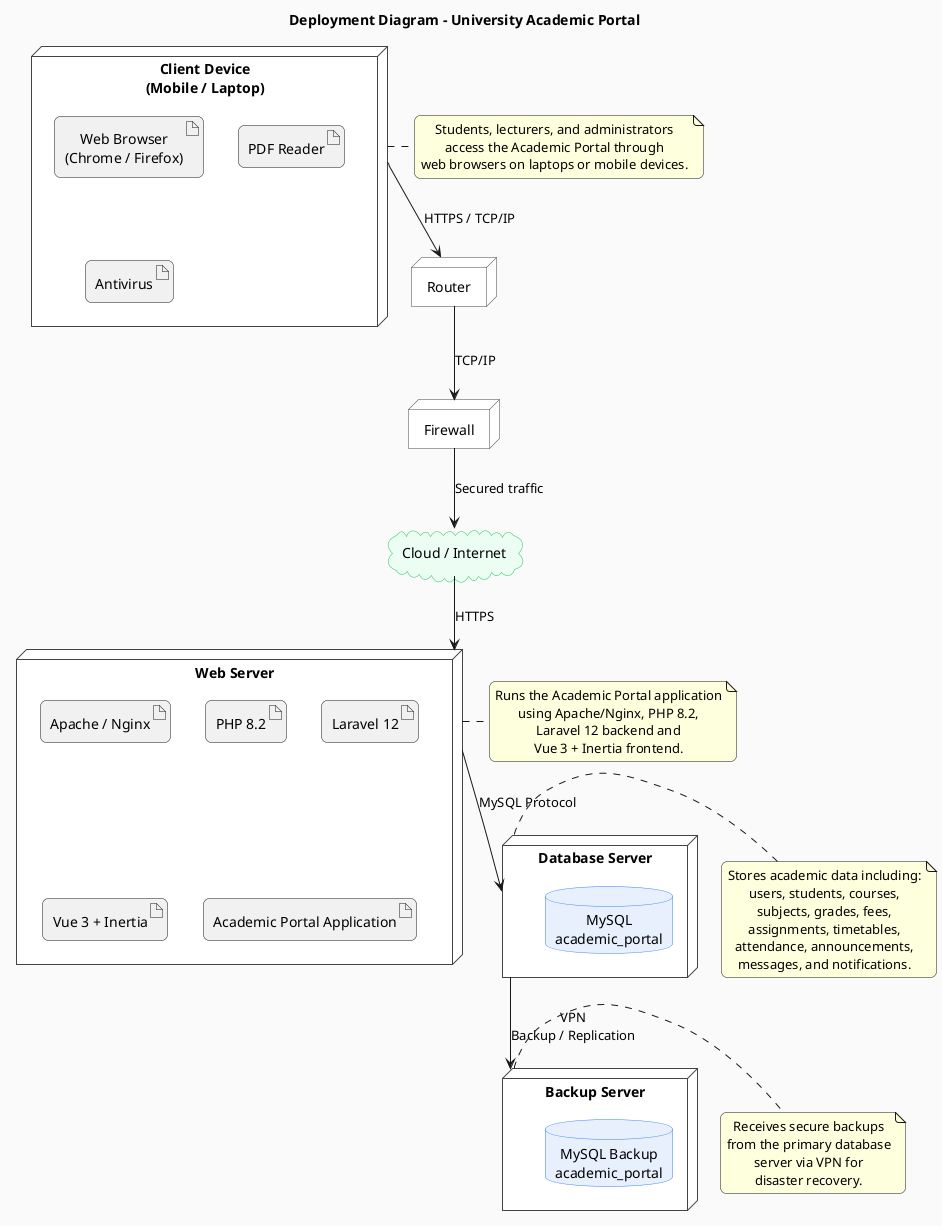
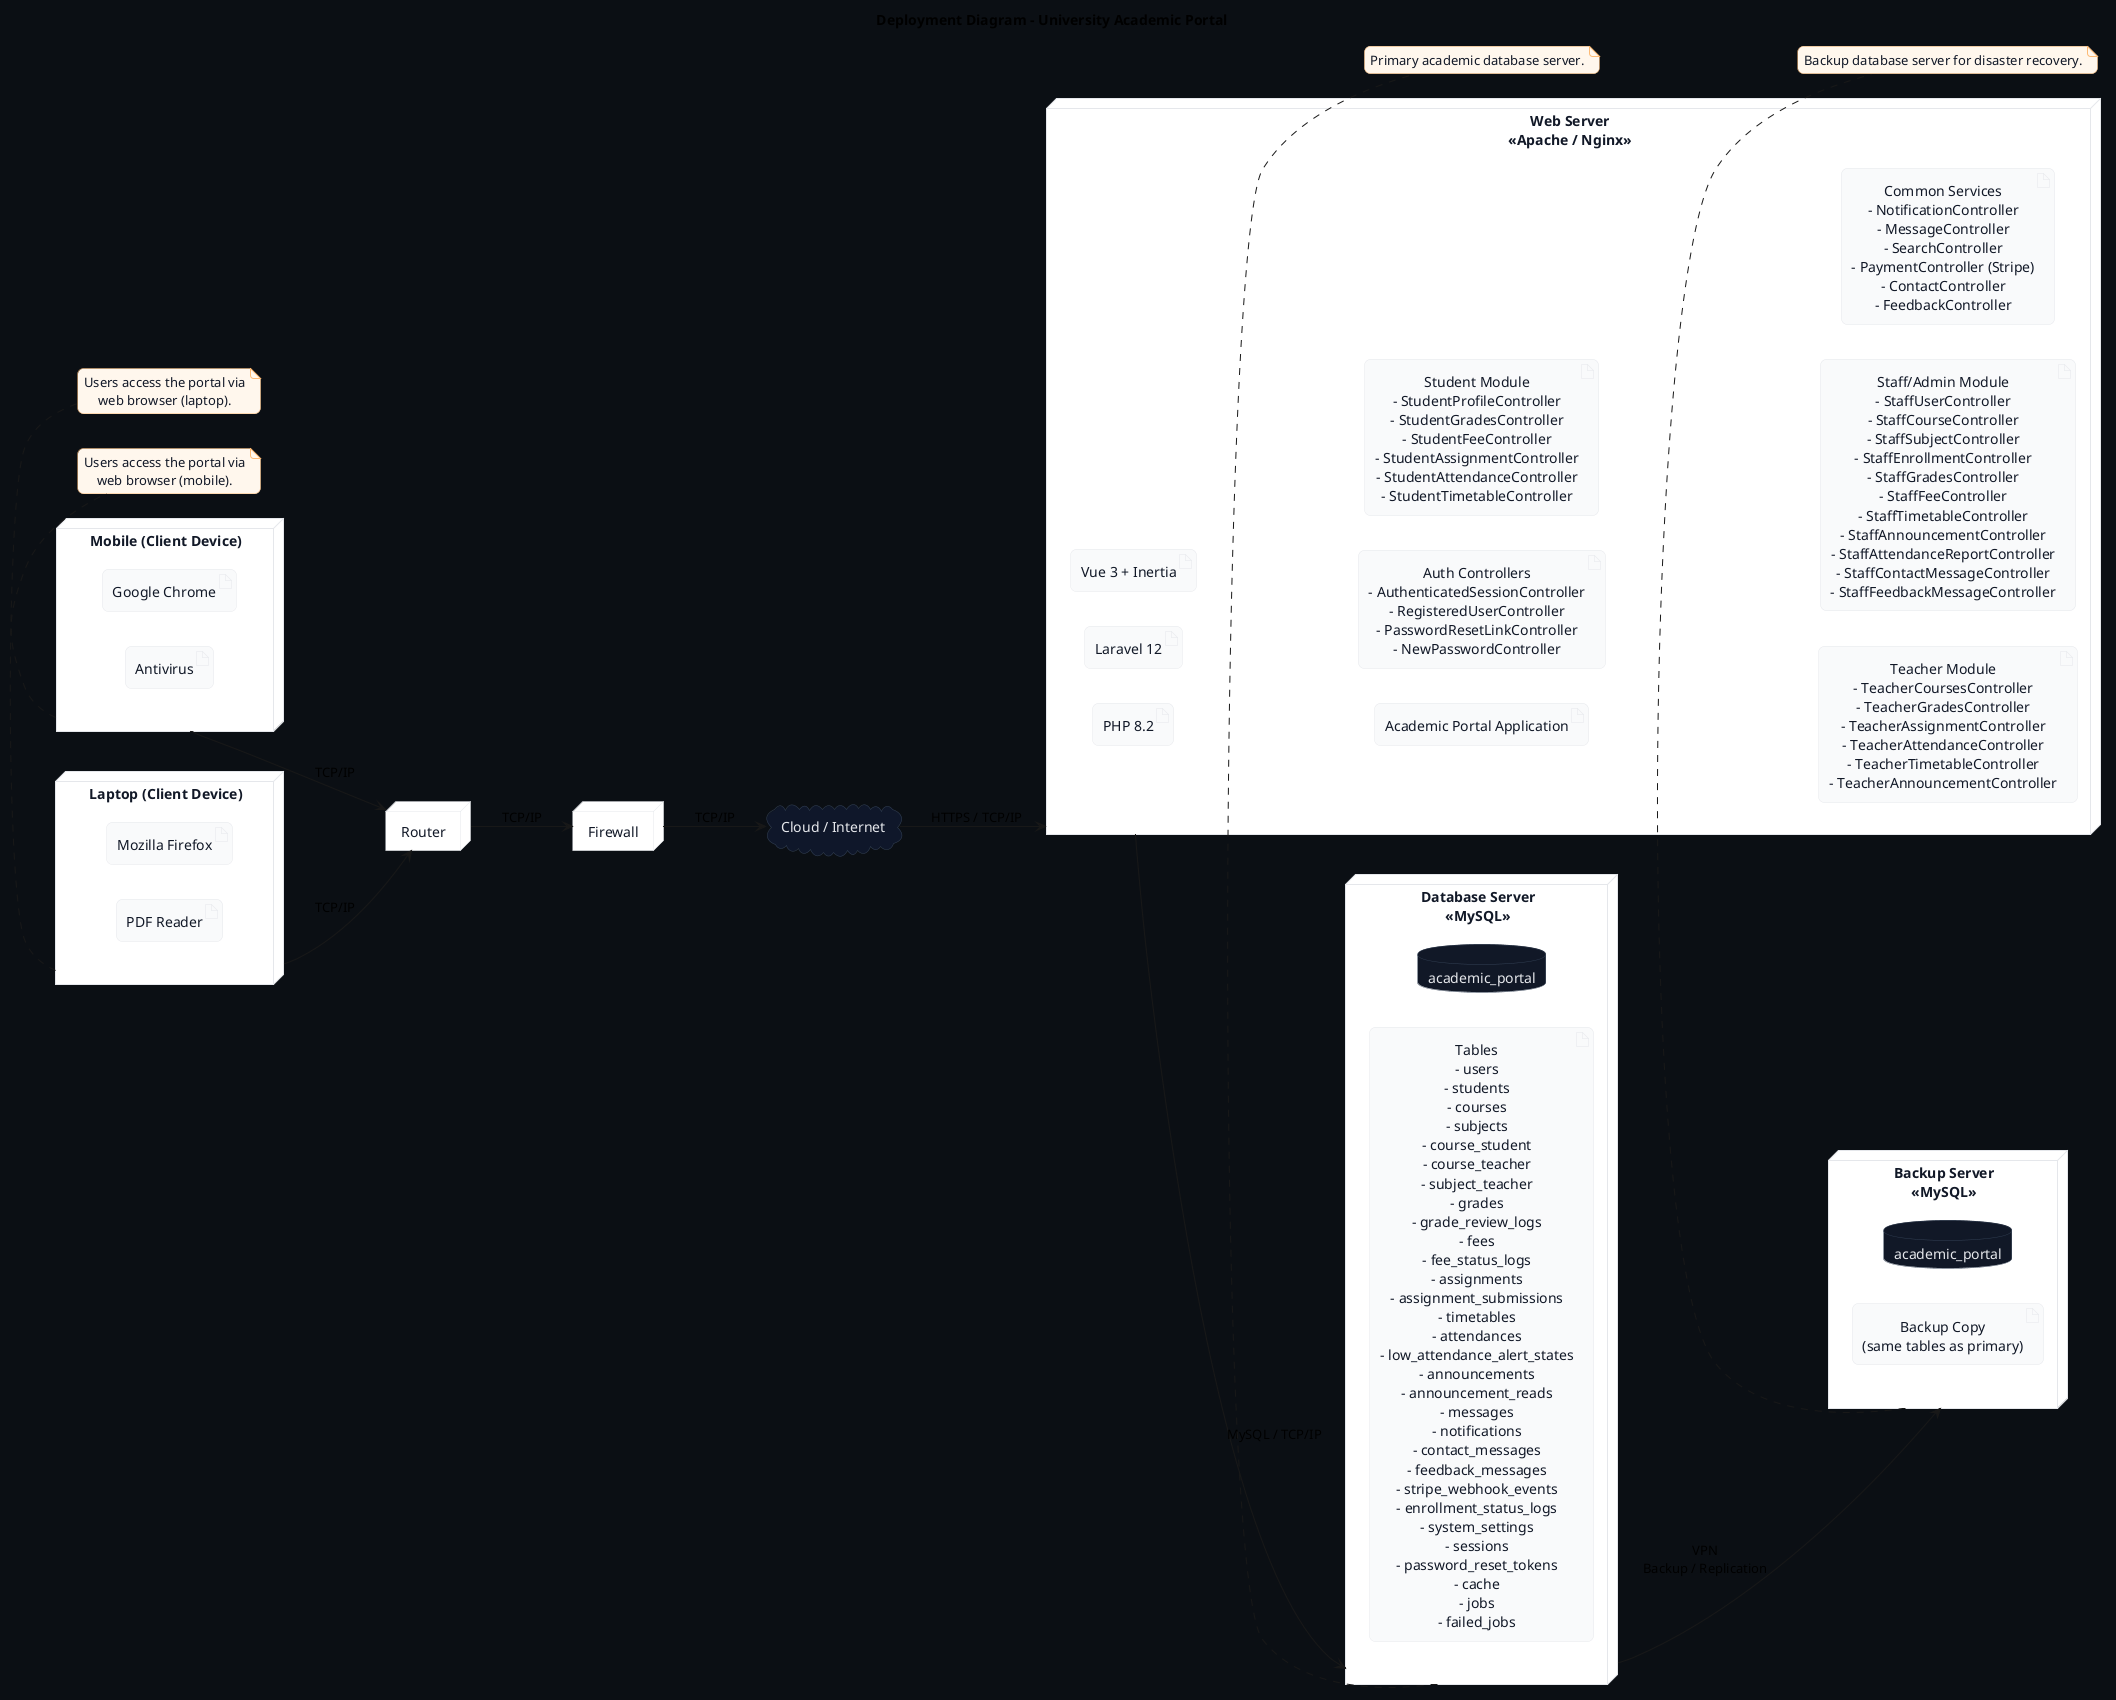
- @startuml
+ @startuml AcademicPortal_Deployment
title Deployment Diagram - University Academic Portal
- top to bottom direction
+ left to right direction

skinparam shadowing false
skinparam roundcorner 12
skinparam defaultTextAlignment center
skinparam componentStyle rectangle
- skinparam backgroundColor #FAFAFA
+ skinparam backgroundColor #0B0F14

skinparam node {
-   BackgroundColor white
-   BorderColor #444444
+   BackgroundColor #FFFFFF
+   BorderColor #E5E7EB
+   FontColor #111827
+ }
+ 
+ skinparam cloud {
+   BackgroundColor #0F172A
+   BorderColor #334155
+   FontColor #E5E7EB
}

skinparam database {
-   BackgroundColor #E8F0FE
-   BorderColor #3B82F6
+   BackgroundColor #111827
+   BorderColor #334155
+   FontColor #E5E7EB
}

- skinparam cloud {
-   BackgroundColor #ECFDF3
-   BorderColor #22C55E
+ skinparam artifact {
+   BackgroundColor #F9FAFB
+   BorderColor #E5E7EB
+   FontColor #111827
}

- node "Client Device\n(Mobile / Laptop)" as Client {
-   artifact "Web Browser\n(Chrome / Firefox)"
+ skinparam note {
+   BackgroundColor #FFF7ED
+   BorderColor #FDBA74
+   FontColor #111827
+ }
+ 
+ ' ========== CLIENTS ==========
+ node "Mobile (Client Device)" as Mobile {
+   artifact "Google Chrome"
+   artifact "Antivirus"
+ }
+ 
+ node "Laptop (Client Device)" as Laptop {
+   artifact "Mozilla Firefox"
+   artifact "Google Chrome"
  artifact "PDF Reader"
  artifact "Antivirus"
}

+ ' ========== NETWORK ==========
node "Router" as Router
node "Firewall" as Firewall
cloud "Cloud / Internet" as Internet

- node "Web Server" as WebServer {
-   artifact "Apache / Nginx"
+ ' ========== APPLICATION SERVER ==========
+ node "Web Server\n<<Apache / Nginx>>" as WebServer {
  artifact "PHP 8.2"
  artifact "Laravel 12"
  artifact "Vue 3 + Inertia"
  artifact "Academic Portal Application"
+ 
+   artifact "Auth Controllers\n- AuthenticatedSessionController\n- RegisteredUserController\n- PasswordResetLinkController\n- NewPasswordController"
+ 
+   artifact "Student Module\n- StudentProfileController\n- StudentGradesController\n- StudentFeeController\n- StudentAssignmentController\n- StudentAttendanceController\n- StudentTimetableController"
+ 
+   artifact "Teacher Module\n- TeacherCoursesController\n- TeacherGradesController\n- TeacherAssignmentController\n- TeacherAttendanceController\n- TeacherTimetableController\n- TeacherAnnouncementController"
+ 
+   artifact "Staff/Admin Module\n- StaffUserController\n- StaffCourseController\n- StaffSubjectController\n- StaffEnrollmentController\n- StaffGradesController\n- StaffFeeController\n- StaffTimetableController\n- StaffAnnouncementController\n- StaffAttendanceReportController\n- StaffContactMessageController\n- StaffFeedbackMessageController"
+ 
+   artifact "Common Services\n- NotificationController\n- MessageController\n- SearchController\n- PaymentController (Stripe)\n- ContactController\n- FeedbackController"
}

- node "Database Server" as DBServer {
-   database "MySQL\nacademic_portal"
+ ' ========== DATABASE SERVERS ==========
+ node "Database Server\n<<MySQL>>" as DBServer {
+   database "academic_portal" as PrimaryDB
+   artifact "Tables\n- users\n- students\n- courses\n- subjects\n- course_student\n- course_teacher\n- subject_teacher\n- grades\n- grade_review_logs\n- fees\n- fee_status_logs\n- assignments\n- assignment_submissions\n- timetables\n- attendances\n- low_attendance_alert_states\n- announcements\n- announcement_reads\n- messages\n- notifications\n- contact_messages\n- feedback_messages\n- stripe_webhook_events\n- enrollment_status_logs\n- system_settings\n- sessions\n- password_reset_tokens\n- cache\n- jobs\n- failed_jobs"
}

- node "Backup Server" as BackupServer {
-   database "MySQL Backup\nacademic_portal"
+ node "Backup Server\n<<MySQL>>" as BackupServer {
+   database "academic_portal" as BackupDB
+   artifact "Backup Copy\n(same tables as primary)"
}

- Client --> Router : HTTPS / TCP/IP
+ ' ========== CONNECTIONS ==========
+ Mobile --> Router : TCP/IP
+ Laptop --> Router : TCP/IP
Router --> Firewall : TCP/IP
- Firewall --> Internet : Secured traffic
- Internet --> WebServer : HTTPS
- 
- WebServer --> DBServer : MySQL Protocol
+ Firewall --> Internet : TCP/IP
+ Internet --> WebServer : HTTPS / TCP/IP
+ WebServer --> DBServer : MySQL / TCP/IP
DBServer --> BackupServer : VPN\nBackup / Replication

- note right of Client
- Students, lecturers, and administrators
- access the Academic Portal through
- web browsers on laptops or mobile devices.
+ ' ========== NOTES ==========
+ note bottom of Mobile
+ Users access the portal via
+ web browser (mobile).
end note

- note right of WebServer
- Runs the Academic Portal application
- using Apache/Nginx, PHP 8.2,
- Laravel 12 backend and
- Vue 3 + Inertia frontend.
+ note bottom of Laptop
+ Users access the portal via
+ web browser (laptop).
end note

- note right of DBServer
- Stores academic data including:
- users, students, courses,
- subjects, grades, fees,
- assignments, timetables,
- attendance, announcements,
- messages, and notifications.
+ note bottom of DBServer
+ Primary academic database server.
end note

- note right of BackupServer
- Receives secure backups
- from the primary database
- server via VPN for
- disaster recovery.
+ note bottom of BackupServer
+ Backup database server for disaster recovery.
end note
+ 
@enduml